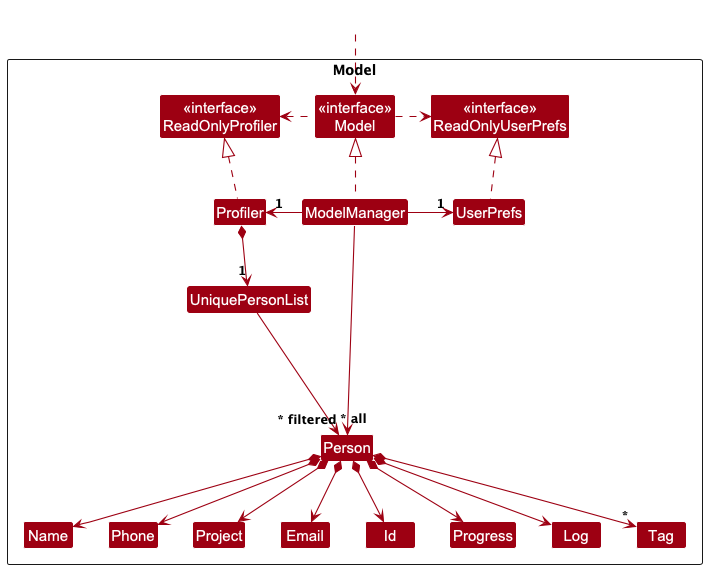
Above: docs/images/ModelClassDiagram.png in swatirajesh277/tp (PlantUML), before the change.
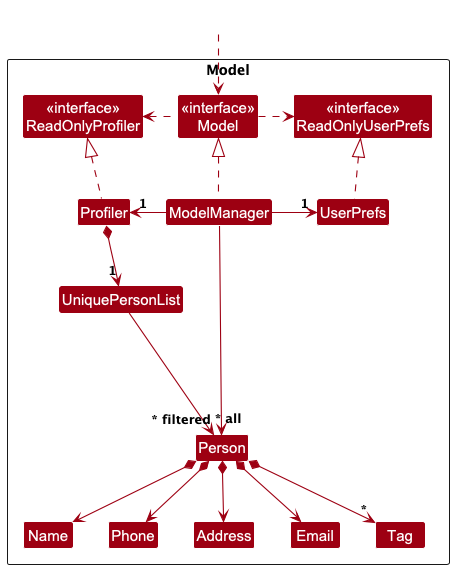
Above is the later version.

Commit message:
Fix conflict for Model Class Diagram

The edit, as a diff of the source:
```diff
@@ -14,13 +14,10 @@
 
 Class UniquePersonList
 Class Person
-Class Project
+Class Address
 Class Email
 Class Name
-Class Id
 Class Phone
-Class Progress
-Class Log
 Class Tag
 
 Class I #FFFFFF
@@ -41,19 +38,17 @@
 Profiler *--> "1" UniquePersonList
 UniquePersonList --> "~* all" Person
 Person *--> Name
-Person *--> Id
 Person *--> Phone
 Person *--> Email
-Person *--> Project
-Person *--> Progress
-Person *--> Log
+Person *--> Address
 Person *--> "*" Tag
 
 Person -[hidden]up--> I
 UniquePersonList -[hidden]right-> I
 
 Name -[hidden]right-> Phone
-
+Phone -[hidden]right-> Address
+Address -[hidden]right-> Email
 
 ModelManager --> "~* filtered" Person
 @enduml
```
